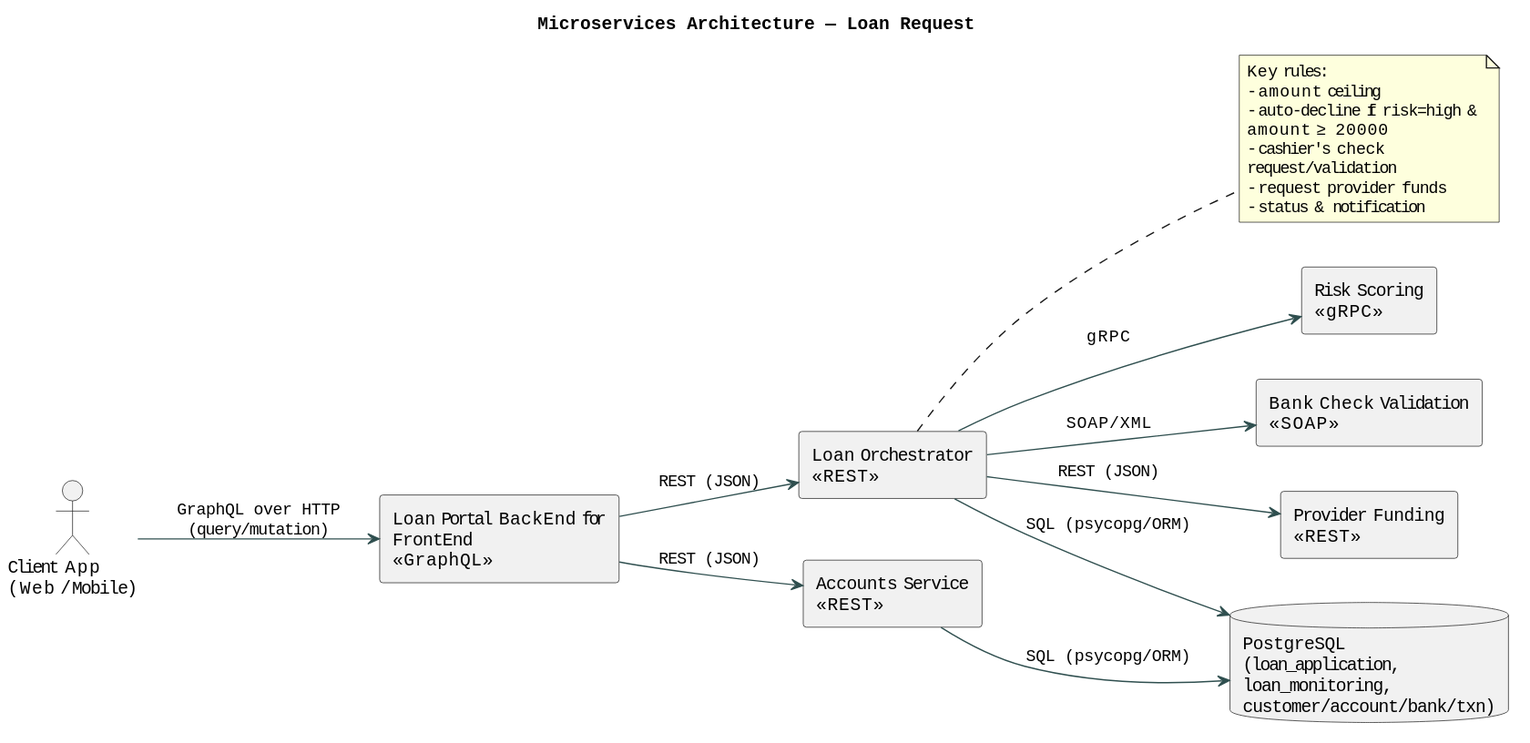
Earlier version of the PlantUML export Documentation/ApplicationWorkflow/appWorkflow-Components.svg (LouisChrl/Loan-Simulation-Service). The source it was exported from:
```plantuml
@startuml
title Microservices Architecture — Loan Request

skinparam componentStyle rectangle
skinparam shadowing false
skinparam wrapWidth 200
skinparam defaultFontName Monospace
left to right direction

actor "Client App\n(Web / Mobile)" as Client

component "Loan Portal BackEnd for FrontEnd\n<<GraphQL>>" as BFF
component "Loan Orchestrator\n<<REST>>" as Orchestrator
component "Accounts Service\n<<REST>>" as Accounts
component "Risk Scoring\n<<gRPC>>" as Risk
component "Bank Check Validation\n<<SOAP>>" as CheckSOAP
component "Provider Funding\n<<REST>>" as Provider
database "PostgreSQL\n(loan_application,\nloan_monitoring,\ncustomer/account/bank/txn)" as DB

Client -[#DarkSlateGray]-> BFF : GraphQL over HTTP\n(query/mutation)

BFF -[#DarkSlateGray]-> Orchestrator : REST (JSON)
BFF -[#DarkSlateGray]-> Accounts : REST (JSON)

Orchestrator -[#DarkSlateGray]-> Risk : gRPC
Orchestrator -[#DarkSlateGray]-> CheckSOAP : SOAP/XML
Orchestrator -[#DarkSlateGray]-> Provider : REST (JSON)

Orchestrator -[#DarkSlateGray]-> DB : SQL (psycopg/ORM)
Accounts -[#DarkSlateGray]-> DB : SQL (psycopg/ORM)

note right of Orchestrator
  Key rules:
  - amount ceiling
  - auto-decline if risk=high & amount ≥ 20000
  - cashier's check request/validation
  - request provider funds
  - status & notification
end note
@enduml
```
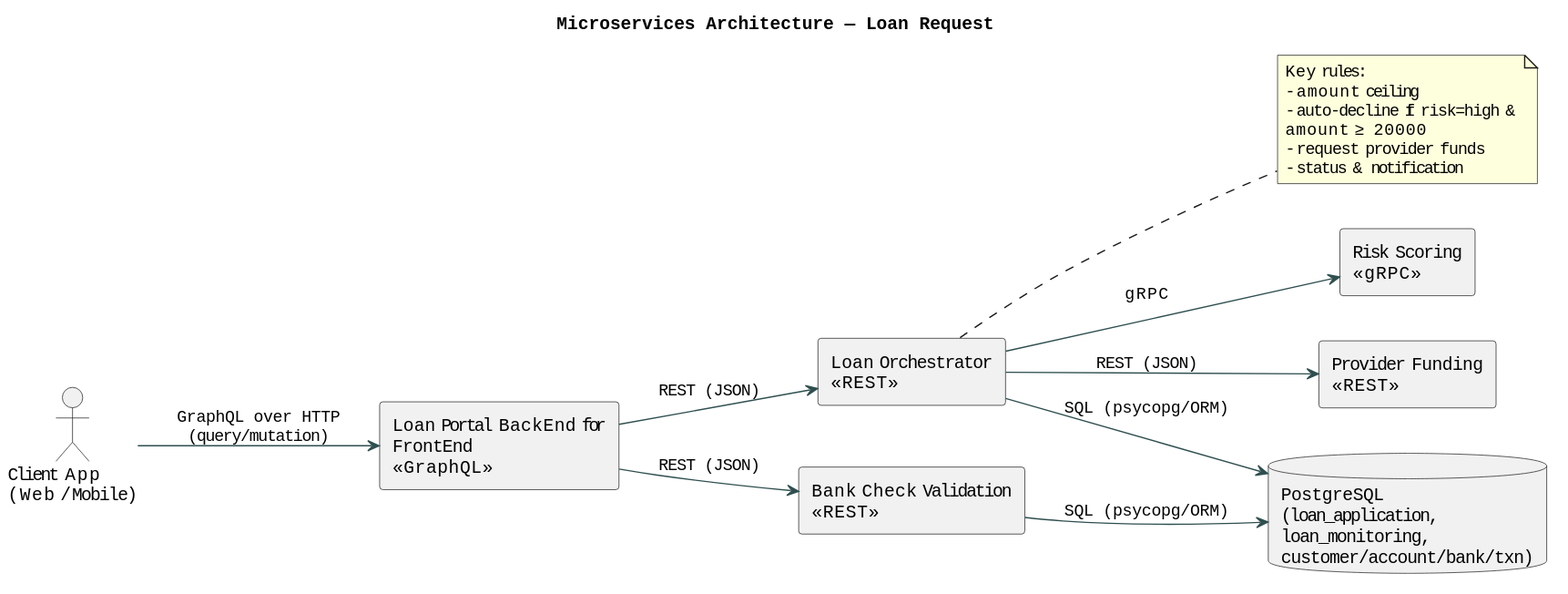
After the change.

Commit message:
Updated the Application Workflow Components documentation

The edit, as a diff of the source:
```diff
@@ -11,29 +11,26 @@
 
 component "Loan Portal BackEnd for FrontEnd\n<<GraphQL>>" as BFF
 component "Loan Orchestrator\n<<REST>>" as Orchestrator
-component "Accounts Service\n<<REST>>" as Accounts
+component "Bank Check Validation\n<<REST>>" as CheckValidation
 component "Risk Scoring\n<<gRPC>>" as Risk
-component "Bank Check Validation\n<<SOAP>>" as CheckSOAP
 component "Provider Funding\n<<REST>>" as Provider
 database "PostgreSQL\n(loan_application,\nloan_monitoring,\ncustomer/account/bank/txn)" as DB
 
 Client -[#DarkSlateGray]-> BFF : GraphQL over HTTP\n(query/mutation)
 
 BFF -[#DarkSlateGray]-> Orchestrator : REST (JSON)
-BFF -[#DarkSlateGray]-> Accounts : REST (JSON)
+BFF -[#DarkSlateGray]-> CheckValidation : REST (JSON)
 
 Orchestrator -[#DarkSlateGray]-> Risk : gRPC
-Orchestrator -[#DarkSlateGray]-> CheckSOAP : SOAP/XML
 Orchestrator -[#DarkSlateGray]-> Provider : REST (JSON)
 
 Orchestrator -[#DarkSlateGray]-> DB : SQL (psycopg/ORM)
-Accounts -[#DarkSlateGray]-> DB : SQL (psycopg/ORM)
+CheckValidation -[#DarkSlateGray]-> DB : SQL (psycopg/ORM)
 
 note right of Orchestrator
   Key rules:
   - amount ceiling
   - auto-decline if risk=high & amount ≥ 20000
-  - cashier's check request/validation
   - request provider funds
   - status & notification
 end note
```
